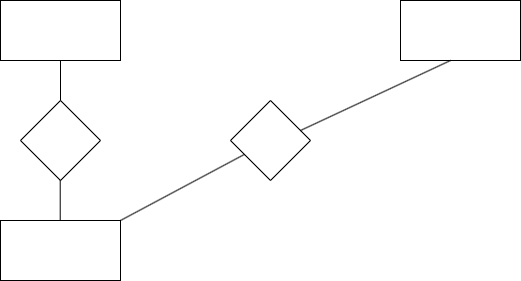
datnham0212/learning keeps this draw.io diagram as Chương 3 QT1(Mô hình hóa).png. Above is the earlier version. Source tidied: cells renumbered, new cells last; positions are measured from the earlier drawing's top-left corner, leaving out a move shared by most shapes.
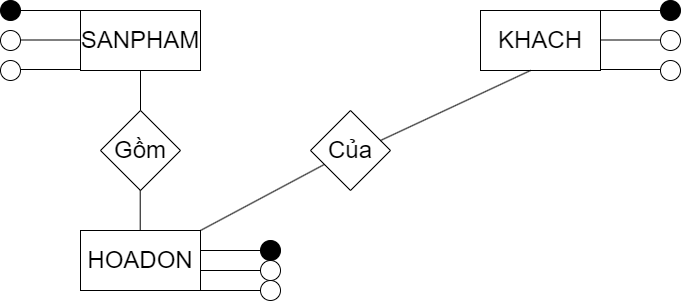
After the change.

Diff of the diagram source:
```diff
@@ -2,16 +2,16 @@
   <root>
     <mxCell id="0" />
     <mxCell id="1" parent="0" />
-    <mxCell id="2" style="rounded=0;whiteSpace=wrap;html=1;fontSize=24;" parent="1" vertex="1">
+    <mxCell id="2" value="HOADON" style="rounded=0;whiteSpace=wrap;html=1;fontSize=24;" parent="1" vertex="1">
       <mxGeometry y="220" width="120" height="60" as="geometry" />
     </mxCell>
-    <mxCell id="3" style="rounded=0;whiteSpace=wrap;html=1;fontSize=24;" parent="1" vertex="1">
+    <mxCell id="3" value="SANPHAM" style="rounded=0;whiteSpace=wrap;html=1;fontSize=24;" parent="1" vertex="1">
       <mxGeometry width="120" height="60" as="geometry" />
     </mxCell>
-    <mxCell id="4" style="rounded=0;whiteSpace=wrap;html=1;fontSize=24;" parent="1" vertex="1">
+    <mxCell id="4" value="KHACH" style="rounded=0;whiteSpace=wrap;html=1;fontSize=24;" parent="1" vertex="1">
       <mxGeometry x="400" width="120" height="60" as="geometry" />
     </mxCell>
-    <mxCell id="5" style="rhombus;whiteSpace=wrap;html=1;fontSize=24;" parent="1" vertex="1">
+    <mxCell id="5" value="Gồm" style="rhombus;whiteSpace=wrap;html=1;fontSize=24;" parent="1" vertex="1">
       <mxGeometry x="20" y="100" width="80" height="80" as="geometry" />
     </mxCell>
     <mxCell id="6" style="endArrow=none;html=1;rounded=0;fontSize=24;" parent="1" edge="1" target="3">
@@ -30,7 +30,7 @@
         <mxPoint x="120" y="220" as="sourcePoint" />
       </mxGeometry>
     </mxCell>
-    <mxCell id="9" style="rhombus;whiteSpace=wrap;html=1;fontSize=24;" parent="1" vertex="1">
+    <mxCell id="9" value="Của" style="rhombus;whiteSpace=wrap;html=1;fontSize=24;" parent="1" vertex="1">
       <mxGeometry x="230" y="100" width="80" height="80" as="geometry" />
     </mxCell>
     <mxCell id="10" style="endArrow=none;html=1;rounded=0;fontSize=24;" parent="1" edge="1">
@@ -39,5 +39,86 @@
         <mxPoint x="450" y="60" as="targetPoint" />
       </mxGeometry>
     </mxCell>
+    <mxCell id="11" style="endArrow=none;html=1;rounded=0;" parent="1" edge="1">
+      <mxGeometry relative="1" as="geometry">
+        <mxPoint x="520" as="sourcePoint" />
+        <mxPoint x="580" as="targetPoint" />
+      </mxGeometry>
+    </mxCell>
+    <mxCell id="12" style="endArrow=none;html=1;rounded=0;" parent="1" edge="1">
+      <mxGeometry relative="1" as="geometry">
+        <mxPoint x="520" y="29.5" as="sourcePoint" />
+        <mxPoint x="580" y="29.5" as="targetPoint" />
+      </mxGeometry>
+    </mxCell>
+    <mxCell id="13" style="endArrow=none;html=1;rounded=0;" parent="1" edge="1">
+      <mxGeometry relative="1" as="geometry">
+        <mxPoint x="520" y="59" as="sourcePoint" />
+        <mxPoint x="580" y="59" as="targetPoint" />
+      </mxGeometry>
+    </mxCell>
+    <mxCell id="14" style="endArrow=none;html=1;rounded=0;" parent="1" edge="1">
+      <mxGeometry relative="1" as="geometry">
+        <mxPoint x="-60" as="sourcePoint" />
+        <mxPoint as="targetPoint" />
+      </mxGeometry>
+    </mxCell>
+    <mxCell id="15" style="endArrow=none;html=1;rounded=0;" parent="1" edge="1">
+      <mxGeometry relative="1" as="geometry">
+        <mxPoint x="-60" y="29.5" as="sourcePoint" />
+        <mxPoint y="29.5" as="targetPoint" />
+      </mxGeometry>
+    </mxCell>
+    <mxCell id="16" style="endArrow=none;html=1;rounded=0;" parent="1" edge="1">
+      <mxGeometry relative="1" as="geometry">
+        <mxPoint x="-60" y="59" as="sourcePoint" />
+        <mxPoint y="59" as="targetPoint" />
+      </mxGeometry>
+    </mxCell>
+    <mxCell id="17" style="endArrow=none;html=1;rounded=0;" parent="1" edge="1">
+      <mxGeometry relative="1" as="geometry">
+        <mxPoint x="120" y="240" as="sourcePoint" />
+        <mxPoint x="180" y="240" as="targetPoint" />
+      </mxGeometry>
+    </mxCell>
+    <mxCell id="18" style="endArrow=none;html=1;rounded=0;" parent="1" edge="1">
+      <mxGeometry relative="1" as="geometry">
+        <mxPoint x="120" y="260" as="sourcePoint" />
+        <mxPoint x="180" y="260" as="targetPoint" />
+      </mxGeometry>
+    </mxCell>
+    <mxCell id="19" style="endArrow=none;html=1;rounded=0;" parent="1" edge="1">
+      <mxGeometry relative="1" as="geometry">
+        <mxPoint x="120" y="280" as="sourcePoint" />
+        <mxPoint x="180" y="280" as="targetPoint" />
+      </mxGeometry>
+    </mxCell>
+    <mxCell id="20" style="ellipse;whiteSpace=wrap;html=1;fillColor=#000000;" parent="1" vertex="1">
+      <mxGeometry x="180" y="230" width="20" height="20" as="geometry" />
+    </mxCell>
+    <mxCell id="21" style="ellipse;whiteSpace=wrap;html=1;" parent="1" vertex="1">
+      <mxGeometry x="180" y="250" width="20" height="20" as="geometry" />
+    </mxCell>
+    <mxCell id="22" style="ellipse;whiteSpace=wrap;html=1;" parent="1" vertex="1">
+      <mxGeometry x="180" y="270" width="20" height="20" as="geometry" />
+    </mxCell>
+    <mxCell id="23" style="ellipse;whiteSpace=wrap;html=1;fillColor=#000000;" parent="1" vertex="1">
+      <mxGeometry x="580" y="-10" width="20" height="20" as="geometry" />
+    </mxCell>
+    <mxCell id="24" style="ellipse;whiteSpace=wrap;html=1;fillColor=#000000;" parent="1" vertex="1">
+      <mxGeometry x="-80" y="-10" width="20" height="20" as="geometry" />
+    </mxCell>
+    <mxCell id="25" style="ellipse;whiteSpace=wrap;html=1;" parent="1" vertex="1">
+      <mxGeometry x="580" y="20" width="20" height="20" as="geometry" />
+    </mxCell>
+    <mxCell id="26" style="ellipse;whiteSpace=wrap;html=1;" parent="1" vertex="1">
+      <mxGeometry x="580" y="50" width="20" height="20" as="geometry" />
+    </mxCell>
+    <mxCell id="27" style="ellipse;whiteSpace=wrap;html=1;" parent="1" vertex="1">
+      <mxGeometry x="-80" y="20" width="20" height="20" as="geometry" />
+    </mxCell>
+    <mxCell id="28" style="ellipse;whiteSpace=wrap;html=1;" parent="1" vertex="1">
+      <mxGeometry x="-80" y="50" width="20" height="20" as="geometry" />
+    </mxCell>
   </root>
 </mxGraphModel>
```
